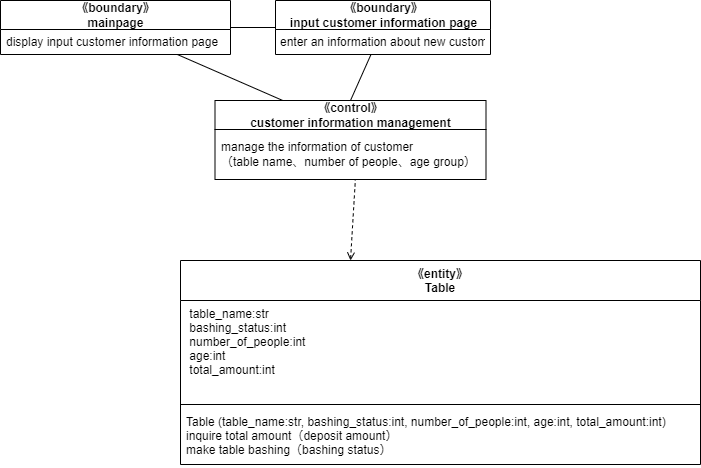
The draw.io diagram psp4/設計モデルのクラス/設計モデルクラス図_新規客.drawio.png in MasakiHiguchi/---, before a commit. Source tidied: cells renumbered, new cells last; positions are measured from the earlier drawing's top-left corner, leaving out a move shared by most shapes.
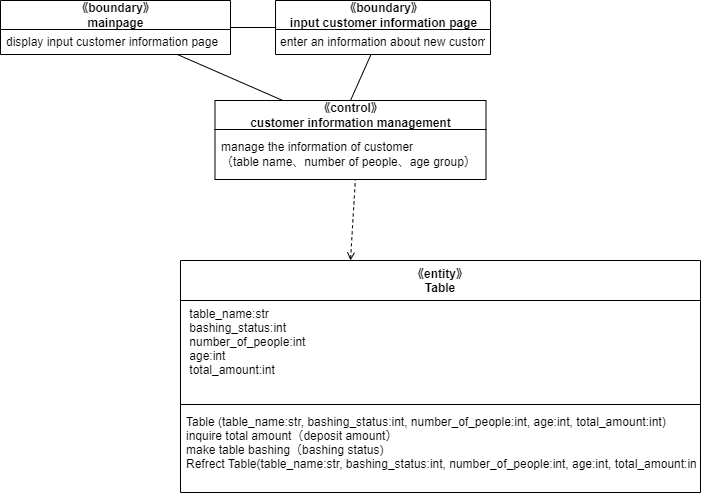
Above is the later version.

Change to the diagram source:
```diff
@@ -35,7 +35,7 @@
       </mxGeometry>
     </mxCell>
     <mxCell id="12" value="《entity》&#10;Table" style="swimlane;fontStyle=1;align=center;verticalAlign=top;horizontal=1;startSize=40;" parent="1" vertex="1">
-      <mxGeometry x="180" y="260" width="520" height="204" as="geometry" />
+      <mxGeometry x="180" y="260" width="520" height="232" as="geometry" />
     </mxCell>
     <mxCell id="13" value=" table_name:str&#10; bashing_status:int&#10; number_of_people:int&#10; age:int&#10; total_amount:int" style="text;strokeColor=none;fillColor=none;align=left;verticalAlign=top;spacingLeft=4;spacingRight=4;overflow=hidden;" parent="12" vertex="1">
       <mxGeometry y="40" width="520" height="100" as="geometry" />
@@ -43,8 +43,8 @@
     <mxCell id="14" style="line;strokeWidth=1;fillColor=none;align=left;verticalAlign=middle;spacingTop=-1;spacingLeft=3;spacingRight=3;labelPosition=right;strokeColor=inherit;" parent="12" vertex="1">
       <mxGeometry y="140" width="520" height="8" as="geometry" />
     </mxCell>
-    <mxCell id="15" value="Table (table_name:str, bashing_status:int, number_of_people:int, age:int, total_amount:int)&#10;inquire total amount（deposit amount）&#10;make table bashing（bashing status）" style="text;strokeColor=none;fillColor=none;align=left;verticalAlign=top;spacingLeft=4;spacingRight=4;overflow=hidden;" parent="12" vertex="1">
-      <mxGeometry y="148" width="520" height="56" as="geometry" />
+    <mxCell id="15" value="Table (table_name:str, bashing_status:int, number_of_people:int, age:int, total_amount:int)&#10;inquire total amount（deposit amount）&#10;make table bashing（bashing status)&#10;Refrect Table(table_name:str, bashing_status:int, number_of_people:int, age:int, total_amount:int)" style="text;strokeColor=none;fillColor=none;align=left;verticalAlign=top;spacingLeft=4;spacingRight=4;overflow=hidden;" parent="12" vertex="1">
+      <mxGeometry y="148" width="520" height="84" as="geometry" />
     </mxCell>
   </root>
 </mxGraphModel>
```
